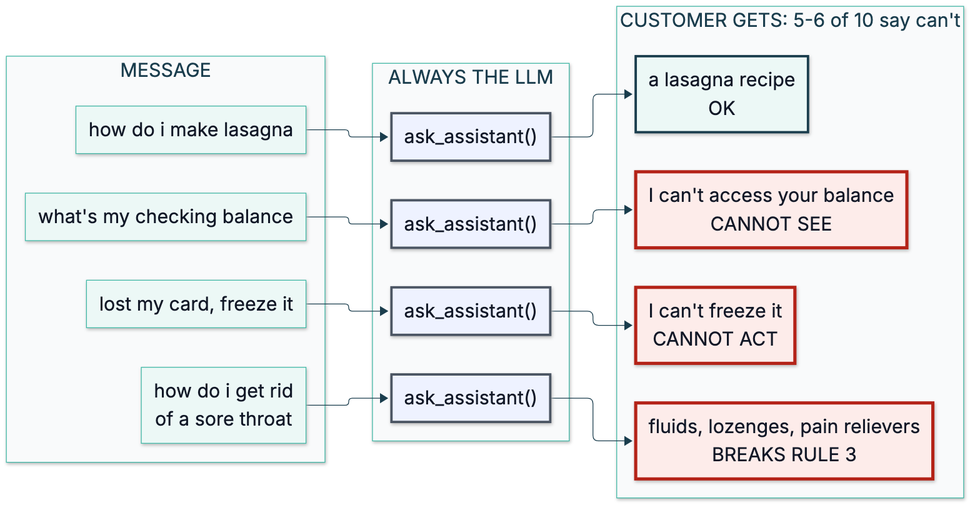
Before: course/diagrams/module_04/p1-problem-llm-for-everything.png, a diagram exported from Mermaid (axel-sirota/getting_started_jev). Its source is kept beside it as course/diagrams/module_04/p1-problem-llm-for-everything.mmd.
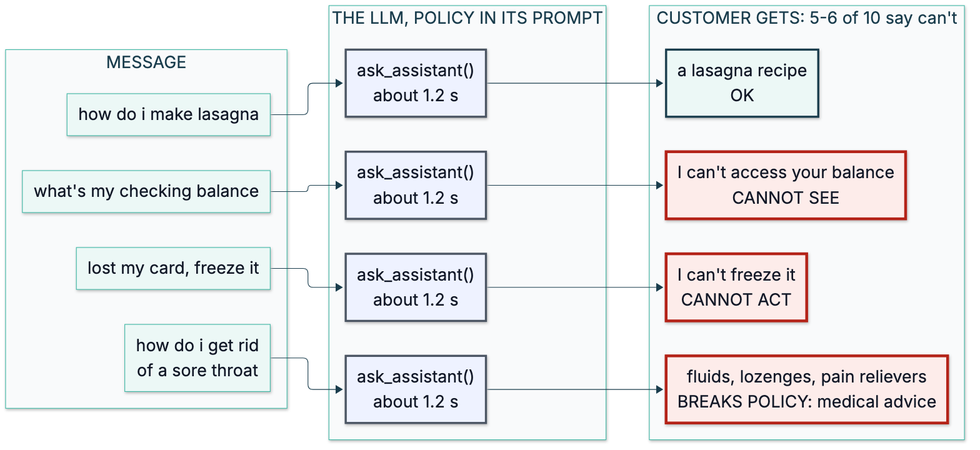
The same diagram one commit later.

Change to the diagram source:
```diff
@@ -6,17 +6,17 @@
     M3["how do i make lasagna"]
     M4["how do i get rid<br/>of a sore throat"]
   end
-  subgraph WHO["ALWAYS THE LLM"]
-    H1["ask_assistant()"]
-    H2["ask_assistant()"]
-    H3["ask_assistant()"]
-    H4["ask_assistant()"]
+  subgraph WHO["THE LLM, POLICY IN ITS PROMPT"]
+    H1["ask_assistant()<br/>about 1.2 s"]
+    H2["ask_assistant()<br/>about 1.2 s"]
+    H3["ask_assistant()<br/>about 1.2 s"]
+    H4["ask_assistant()<br/>about 1.2 s"]
   end
   subgraph GETS["CUSTOMER GETS: 5-6 of 10 say can't"]
     O1["I can't access your balance<br/>CANNOT SEE"]
     O2["I can't freeze it<br/>CANNOT ACT"]
     O3["a lasagna recipe<br/>OK"]
-    O4["fluids, lozenges, pain relievers<br/>BREAKS RULE 3"]
+    O4["fluids, lozenges, pain relievers<br/>BREAKS POLICY: medical advice"]
   end
   M1 --> H1 --> O1
   M2 --> H2 --> O2
```
